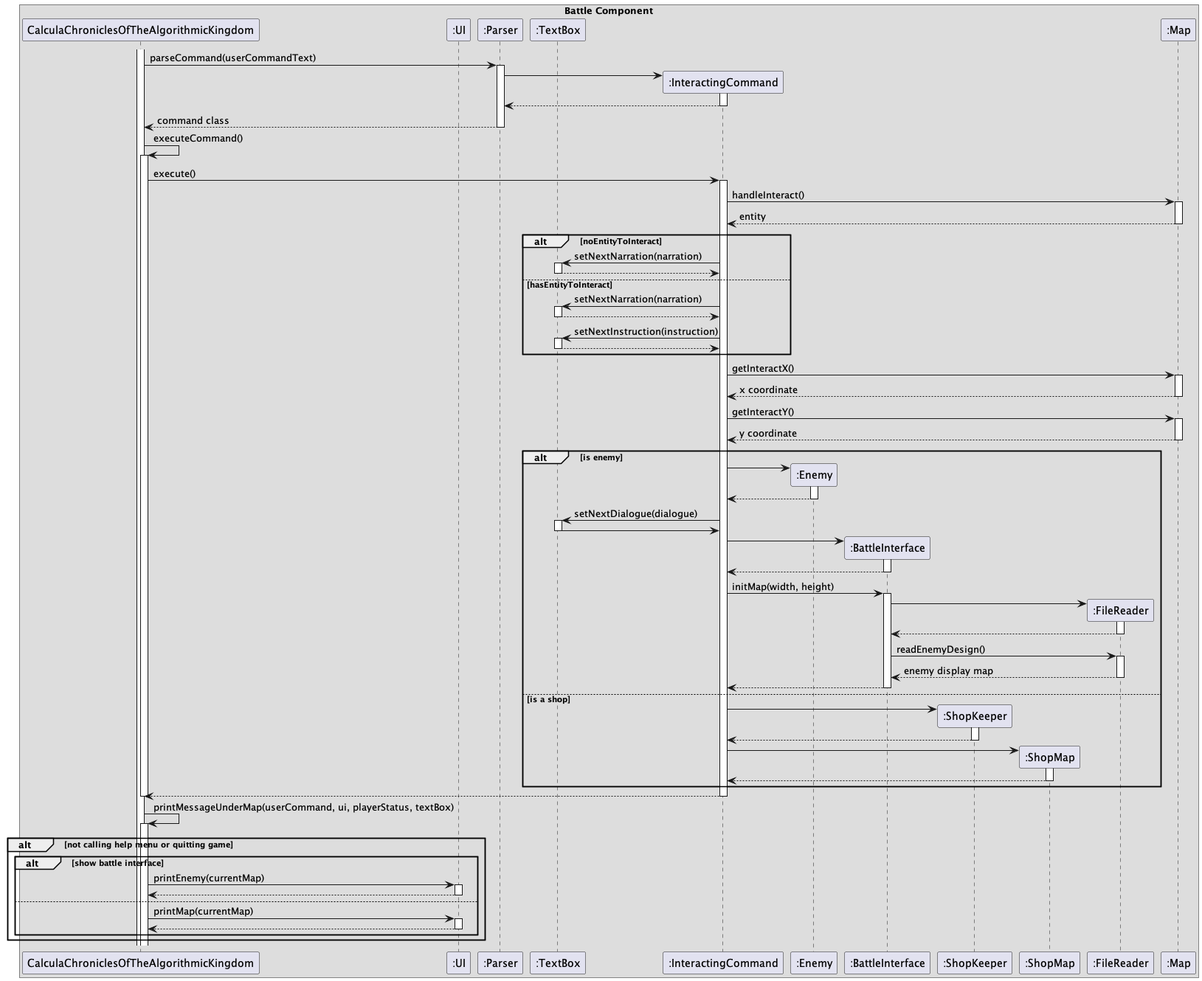
Above: picture/Interaction.png in aaravrawal52/tp (PlantUML), before the change. The source it was exported from:
```plantuml
@startuml

box Battle Component
participant "CalculaChroniclesOfTheAlgorithmicKingdom" as main
participant ":UI" as ui
participant ":Parser" as parser
participant ":TextBox" as text
participant ":InteractingCommand" as iCommand
participant ":Enemy" as e
participant ":BattleInterface" as bi
participant ":ShopKeeper" as staff
participant ":ShopMap" as shopMap
participant ":FileReader" as fileReader
participant ":Map" as map

activate main
main -> parser : parseCommand(userCommandText)
activate parser
create iCommand
parser -> iCommand
activate iCommand
iCommand --> parser
deactivate iCommand
parser --> main : command class
deactivate parser
main -> main : executeCommand()
activate main
main -> iCommand : execute()
activate iCommand
iCommand -> map : handleInteract()
activate map
map --> iCommand : entity
deactivate map
alt noEntityToInteract
    iCommand -> text : setNextNarration(narration)
    activate text
    text --> iCommand
    deactivate text
else hasEntityToInteract
    iCommand -> text : setNextNarration(narration)
    activate text
    text --> iCommand
    deactivate text
    iCommand -> text : setNextInstruction(instruction)
    activate text
    text --> iCommand
    deactivate text
end
iCommand -> map : getInteractX()
activate map
map --> iCommand : x coordinate
deactivate map
iCommand -> map : getInteractY()
activate map
map --> iCommand : y coordinate
deactivate map
alt is enemy
    create e
    iCommand -> e
    activate e
    e --> iCommand
    deactivate e
    iCommand -> text : setNextDialogue(dialogue)
    activate text
    text -> iCommand
    deactivate text
    create bi
    iCommand -> bi
    activate bi
    bi --> iCommand
    deactivate bi
    iCommand -> bi : initMap(width, height)
    activate bi
    create fileReader
    bi -> fileReader
    activate fileReader
    fileReader --> bi
    deactivate fileReader
    bi -> fileReader : readEnemyDesign()
    activate fileReader
    fileReader --> bi : enemy display map
    deactivate fileReader
    bi --> iCommand
    deactivate bi
else is a shop
    create staff
    iCommand -> staff
    activate staff
    staff --> iCommand
    deactivate staff
    create shopMap
    iCommand -> shopMap
    activate shopMap
    shopMap --> iCommand
    deactivate shopMap
end
iCommand --> main
deactivate iCommand
deactivate main
main -> main : printMessageUnderMap(userCommand, ui, playerStatus, textBox)
activate main
alt not calling help menu or quitting game
    alt show battle interface
        main -> ui : printEnemy(currentMap)
        activate ui
        ui --> main
        deactivate ui
    else
        main -> ui : printMap(currentMap)
        activate ui
        ui --> main
        deactivate ui
    end
end

end box

@enduml
```
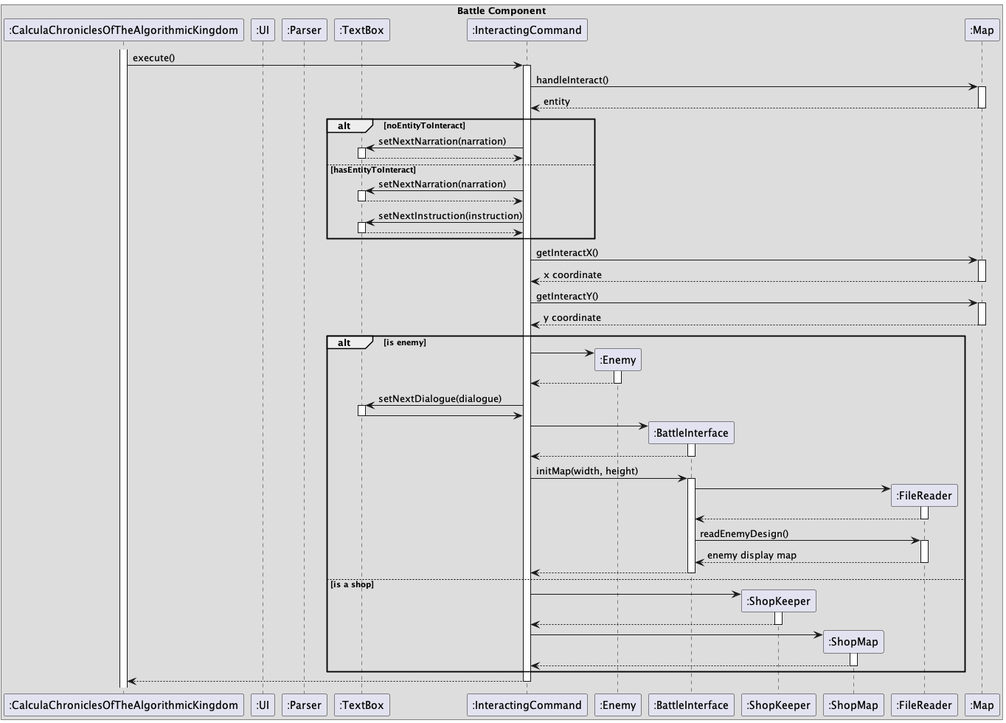
The same diagram one commit later.

Diff of the diagram source:
```diff
@@ -1,7 +1,7 @@
 @startuml
 
 box Battle Component
-participant "CalculaChroniclesOfTheAlgorithmicKingdom" as main
+participant ":CalculaChroniclesOfTheAlgorithmicKingdom" as main
 participant ":UI" as ui
 participant ":Parser" as parser
 participant ":TextBox" as text
@@ -13,17 +13,6 @@
 participant ":FileReader" as fileReader
 participant ":Map" as map
 
-activate main
-main -> parser : parseCommand(userCommandText)
-activate parser
-create iCommand
-parser -> iCommand
-activate iCommand
-iCommand --> parser
-deactivate iCommand
-parser --> main : command class
-deactivate parser
-main -> main : executeCommand()
 activate main
 main -> iCommand : execute()
 activate iCommand
@@ -96,22 +85,6 @@
 end
 iCommand --> main
 deactivate iCommand
-deactivate main
-main -> main : printMessageUnderMap(userCommand, ui, playerStatus, textBox)
-activate main
-alt not calling help menu or quitting game
-    alt show battle interface
-        main -> ui : printEnemy(currentMap)
-        activate ui
-        ui --> main
-        deactivate ui
-    else
-        main -> ui : printMap(currentMap)
-        activate ui
-        ui --> main
-        deactivate ui
-    end
-end
 
 end box
 
```
